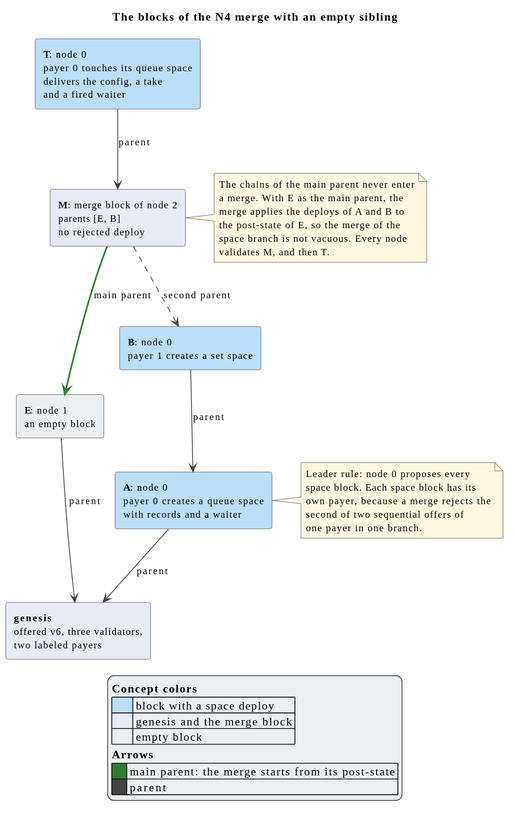
Before: docs/rspace/reified-rspaces/diagrams/34a-n4-merge-dag.svg, a diagram exported from PlantUML (F1R3FLY-io/f1r3node-rust).
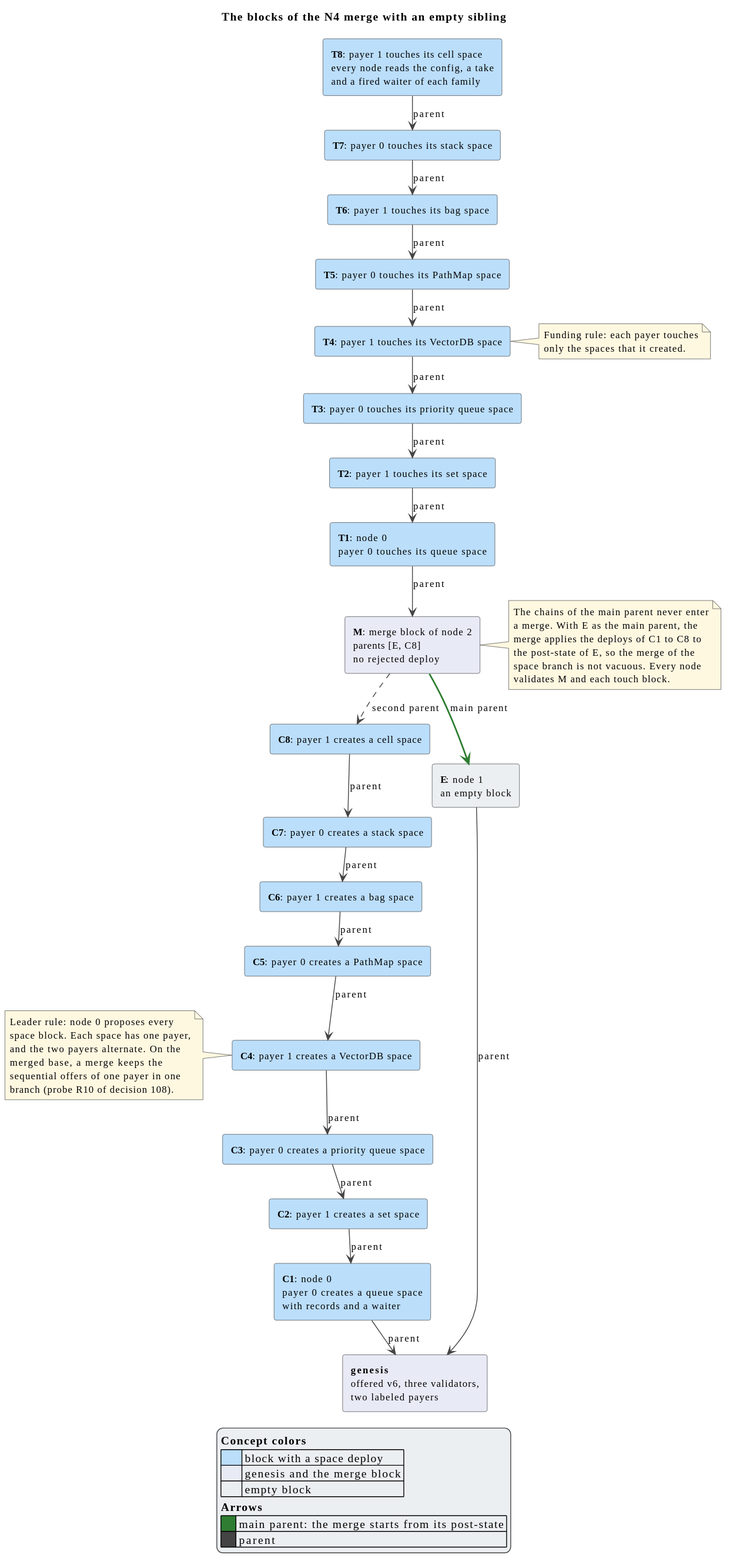
The same file after the commit.

What changed in the source:
```diff
@@ -7,37 +7,70 @@
 skinparam NoteBorderColor $rrs_relation
 skinparam LegendBorderColor $rrs_relation
 skinparam LegendBackgroundColor $ca_note_grey
+skinparam ranksep 24
 title The blocks of the N4 merge with an empty sibling
 
-rectangle "**T**: node 0\npayer 0 touches its queue space\ndelivers the config, a take\nand a fired waiter" as T $rrs_storage
-rectangle "**M**: merge block of node 2\nparents [E, B]\nno rejected deploy" as M $rrs_host
+rectangle "**T8**: payer 1 touches its cell space\nevery node reads the config, a take\nand a fired waiter of each family" as T8 $rrs_storage
+rectangle "**T7**: payer 0 touches its stack space" as T7 $rrs_storage
+rectangle "**T6**: payer 1 touches its bag space" as T6 $rrs_storage
+rectangle "**T5**: payer 0 touches its PathMap space" as T5 $rrs_storage
+rectangle "**T4**: payer 1 touches its VectorDB space" as T4 $rrs_storage
+rectangle "**T3**: payer 0 touches its priority queue space" as T3 $rrs_storage
+rectangle "**T2**: payer 1 touches its set space" as T2 $rrs_storage
+rectangle "**T1**: node 0\npayer 0 touches its queue space" as T1 $rrs_storage
+rectangle "**M**: merge block of node 2\nparents [E, C8]\nno rejected deploy" as M $rrs_host
+rectangle "**C8**: payer 1 creates a cell space" as C8 $rrs_storage
+rectangle "**C7**: payer 0 creates a stack space" as C7 $rrs_storage
+rectangle "**C6**: payer 1 creates a bag space" as C6 $rrs_storage
+rectangle "**C5**: payer 0 creates a PathMap space" as C5 $rrs_storage
+rectangle "**C4**: payer 1 creates a VectorDB space" as C4 $rrs_storage
+rectangle "**C3**: payer 0 creates a priority queue space" as C3 $rrs_storage
+rectangle "**C2**: payer 1 creates a set space" as C2 $rrs_storage
+rectangle "**C1**: node 0\npayer 0 creates a queue space\nwith records and a waiter" as C1 $rrs_storage
 rectangle "**E**: node 1\nan empty block" as E $rrs_reserved
-rectangle "**B**: node 0\npayer 1 creates a set space" as B $rrs_storage
-rectangle "**A**: node 0\npayer 0 creates a queue space\nwith records and a waiter" as A $rrs_storage
 rectangle "**genesis**\noffered v6, three validators,\ntwo labeled payers" as G $rrs_host
 
-T -[$rrs_relation]-> M : parent
+T8 -[$rrs_relation]-> T7 : parent
+T7 -[$rrs_relation]-> T6 : parent
+T6 -[$rrs_relation]-> T5 : parent
+T5 -[$rrs_relation]-> T4 : parent
+T4 -[$rrs_relation]-> T3 : parent
+T3 -[$rrs_relation]-> T2 : parent
+T2 -[$rrs_relation]-> T1 : parent
+T1 -[$rrs_relation]-> M : parent
 M -[$rrs_effect,bold]-> E : main parent
-M -[$rrs_relation,dashed]-> B : second parent
-B -[$rrs_relation]-> A : parent
-A -[$rrs_relation]-> G : parent
+M -[$rrs_relation,dashed]-> C8 : second parent
+C8 -[$rrs_relation]-> C7 : parent
+C7 -[$rrs_relation]-> C6 : parent
+C6 -[$rrs_relation]-> C5 : parent
+C5 -[$rrs_relation]-> C4 : parent
+C4 -[$rrs_relation]-> C3 : parent
+C3 -[$rrs_relation]-> C2 : parent
+C2 -[$rrs_relation]-> C1 : parent
+C1 -[$rrs_relation]-> G : parent
 E -[$rrs_relation]-> G : parent
 
 note right of M
 The chains of the main parent never enter
 a merge. With E as the main parent, the
-merge applies the deploys of A and B to
+merge applies the deploys of C1 to C8 to
 the post-state of E, so the merge of the
 space branch is not vacuous. Every node
-validates M, and then T.
+validates M and each touch block.
 end note
 
-note right of A
+note right of C4
 Leader rule: node 0 proposes every
-space block. Each space block has its
-own payer, because a merge rejects the
-second of two sequential offers of
-one payer in one branch.
+space block. Each space has one payer,
+and the two payers alternate. On the
+merged base, a merge keeps the
+sequential offers of one payer in one
+branch (probe R10 of decision 108).
+end note
+
+note right of T4
+Funding rule: each payer touches
+only the spaces that it created.
 end note
 
 legend bottom
```
